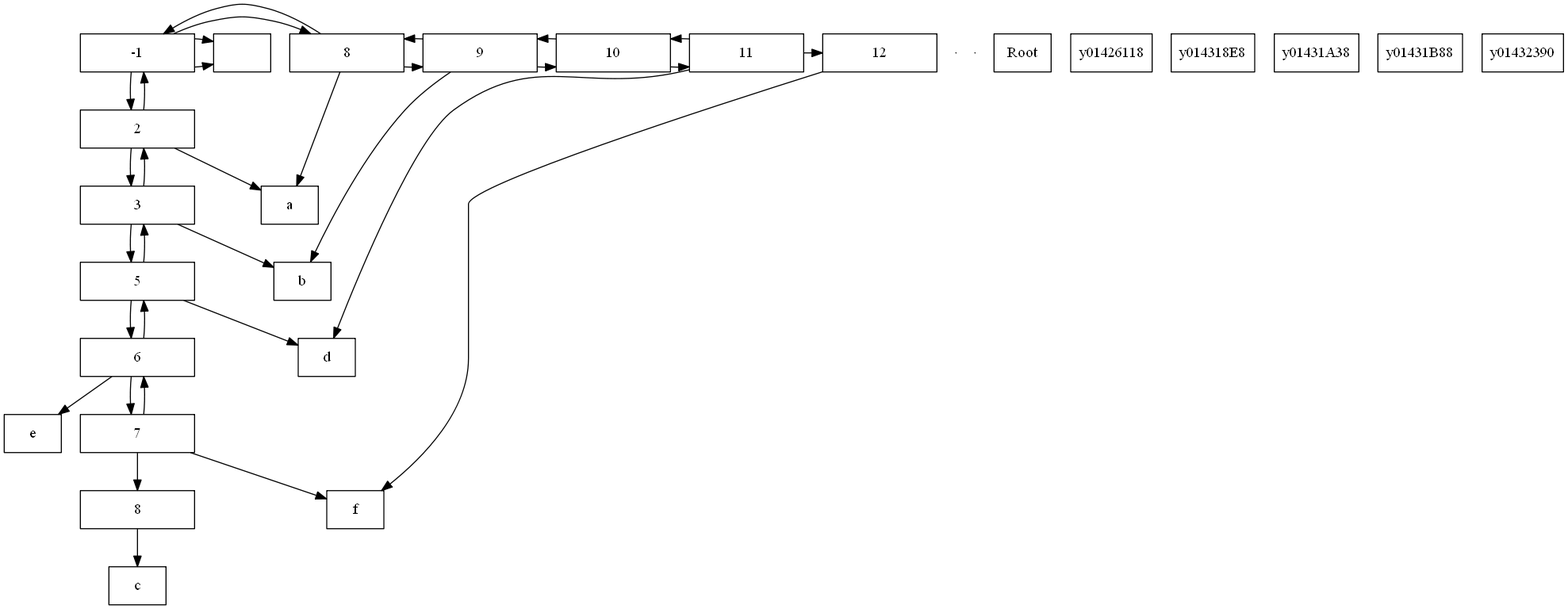
Before: Discografia.png, a diagram exported from Graphviz (MEFM/EDD_1S2020_PY1_201700371). Its source is kept beside it as Discografia.dot.
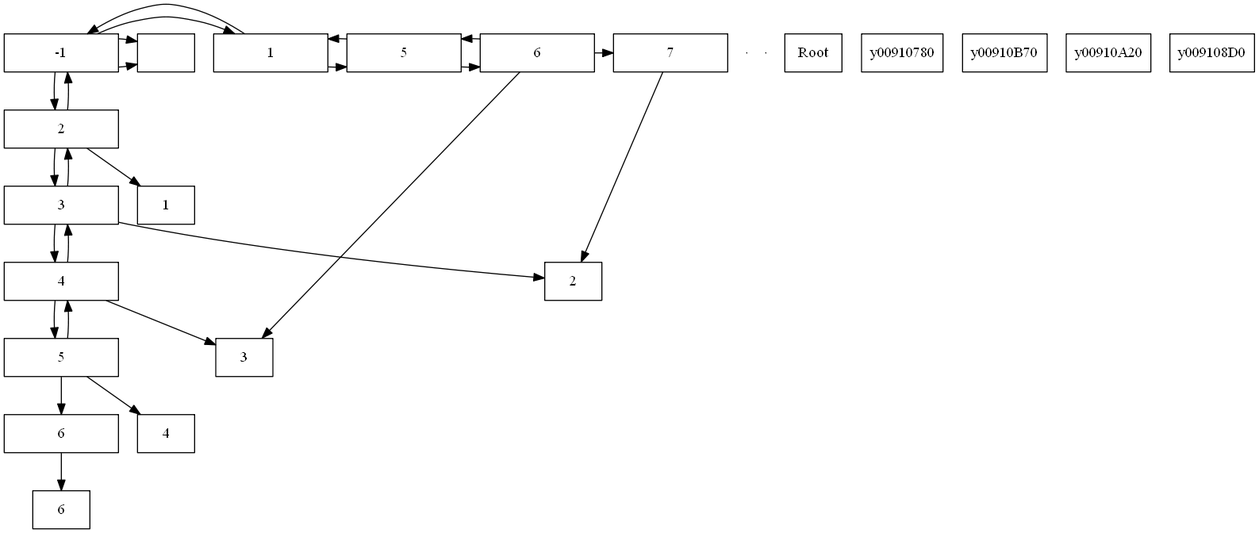
The same diagram one commit later.

Change to the diagram source:
```diff
@@ -1,91 +1,76 @@
 digraph discografia{
 node [shape = rectangle]
-x01426650[label = "-1", width = 1.5, group = 1];
+x00906118[label = "-1", width = 1.5, group = 1];
 e0[ shape = point, width = 0 ];
 e1[ shape = point, width = 0 ];
 
 
-x01426258[label = "2", width = 1.5, group = 1];
+x009107F0[label = "2", width = 1.5, group = 1];
 
 
-x01431958[label = "3", width = 1.5, group = 1];
+x00910940[label = "3", width = 1.5, group = 1];
 
 
-x01431BF8[label = "5", width = 1.5, group = 1];
+x00910A90[label = "4", width = 1.5, group = 1];
 
 
-x01431DE0[label = "6", width = 1.5, group = 1];
+x00910CE8[label = "5", width = 1.5, group = 1];
 
 
-x01431EC0[label = "7", width = 1.5, group = 1];
+x00911148[label = "6", width = 1.5, group = 1];
 
 
-x01431AA8[label = "8", width = 1.5, group = 1];
-
-
-x01426650->x01426258
-x01426258->x01426650
-x01426258->x01431958
-x01431958->x01426258
-x01431958->x01431BF8
-x01431BF8->x01431958
-x01431BF8->x01431DE0
-x01431DE0->x01431BF8
-x01431DE0->x01431EC0
-x01431EC0->x01431DE0
-x01431EC0->x01431AA8
-x01426118[label = "8", width = 1.5, group = 1];
-x014318E8[label = "9", width = 1.5, group = 1];
-x01431A38[label = "10", width = 1.5, group = 1];
-x01431B88[label = "11", width = 1.5, group = 1];
-x01432390[label = "12", width = 1.5, group = 1];
-x01426650->x01426118
-x01426118->x01426650
-x01426118->x014318E8
-x014318E8->x01426118
-x014318E8->x01431A38
-x01431A38->x014318E8
-x01431A38->x01431B88
-x01431B88->x01431A38
-x01431B88->x01432390
+x00906118->x009107F0
+x009107F0->x00906118
+x009107F0->x00910940
+x00910940->x009107F0
+x00910940->x00910A90
+x00910A90->x00910940
+x00910A90->x00910CE8
+x00910CE8->x00910A90
+x00910CE8->x00911148
+x00910780[label = "1", width = 1.5, group = 1];
+x00910B70[label = "5", width = 1.5, group = 1];
+x00910A20[label = "6", width = 1.5, group = 1];
+x009108D0[label = "7", width = 1.5, group = 1];
+x00906118->x00910780
+x00910780->x00906118
+x00910780->x00910B70
+x00910B70->x00910780
+x00910B70->x00910A20
+x00910A20->x00910B70
+x00910A20->x009108D0
 {rank = same; Root
-; x01426650
-; x01426118
-; x014318E8
-; x01431A38
-; x01431B88
-; x01432390
+; x00906118
+; x00910780
+; x00910B70
+; x00910A20
+; x009108D0
 }
 
-x01426650[label = "-1", group = 1]
-x01426118[label = "8", group = 2]
-x014318E8[label = "9", group = 3]
-x01431A38[label = "10", group = 4]
-x01431B88[label = "11", group = 5]
-x01432390[label = "12", group = 6]
-y01426650[label = ""]
-y01426258[label = "a"]
-y01431958[label = "b"]
-y01431BF8[label = "d"]
-y01431DE0[label = "e"]
-y01431EC0[label = "f"]
-y01431AA8[label = "c"]
-x01426650-> y01426650
-x01426650-> y01426650
-x01426258-> y01426258
-x01426118-> y01426258
-x01431958-> y01431958
-x014318E8-> y01431958
-x01431BF8-> y01431BF8
-x01431B88-> y01431BF8
-x01431DE0-> y01431DE0
-x01431EC0-> y01431EC0
-x01432390-> y01431EC0
-x01431AA8-> y01431AA8
-{rank = same; x01426650; y01426650}
-{rank = same; x01426118; y01426118}
-{rank = same; x014318E8; y014318E8}
-{rank = same; x01431A38; y01431A38}
-{rank = same; x01431B88; y01431B88}
-{rank = same; x01432390; y01432390}
+x00906118[label = "-1", group = 1]
+x00910780[label = "1", group = 2]
+x00910B70[label = "5", group = 3]
+x00910A20[label = "6", group = 4]
+x009108D0[label = "7", group = 5]
+y00906118[label = ""]
+y009107F0[label = "1"]
+y00910940[label = "2"]
+y00910A90[label = "3"]
+y00910CE8[label = "4"]
+y00911148[label = "6"]
+x00906118-> y00906118
+x00906118-> y00906118
+x009107F0-> y009107F0
+x00910940-> y00910940
+x009108D0-> y00910940
+x00910A90-> y00910A90
+x00910A20-> y00910A90
+x00910CE8-> y00910CE8
+x00911148-> y00911148
+{rank = same; x00906118; y00906118}
+{rank = same; x00910780; y00910780}
+{rank = same; x00910B70; y00910B70}
+{rank = same; x00910A20; y00910A20}
+{rank = same; x009108D0; y009108D0}
 }
```
